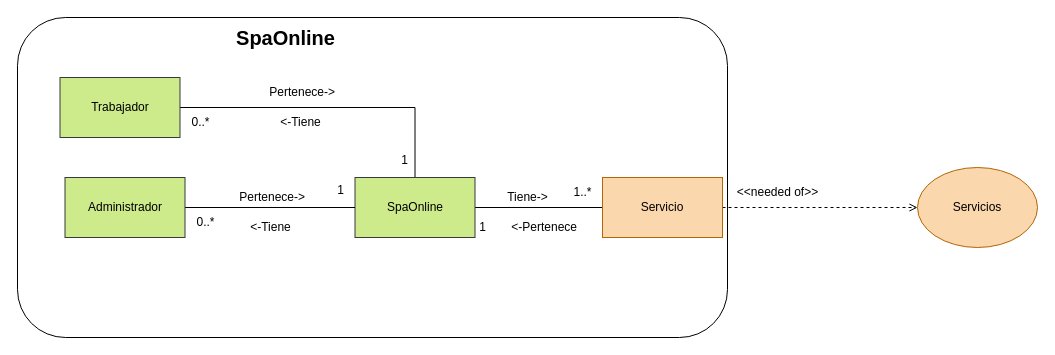
Earlier version of the draw.io diagram page "4.6 SpaOnline-ModeloDominioAcotado" (9 of 12) of SpaOnline/ModeloDominioSpa.drawio (cristianospina/DOO). Source tidied: cells renumbered, new cells numbered last; positions are measured from the earlier drawing's top-left corner, leaving out a move shared by most shapes. Both pictures are drawn from the tidied source at 100%, with x=0, y=0 at pixel (17, 17).
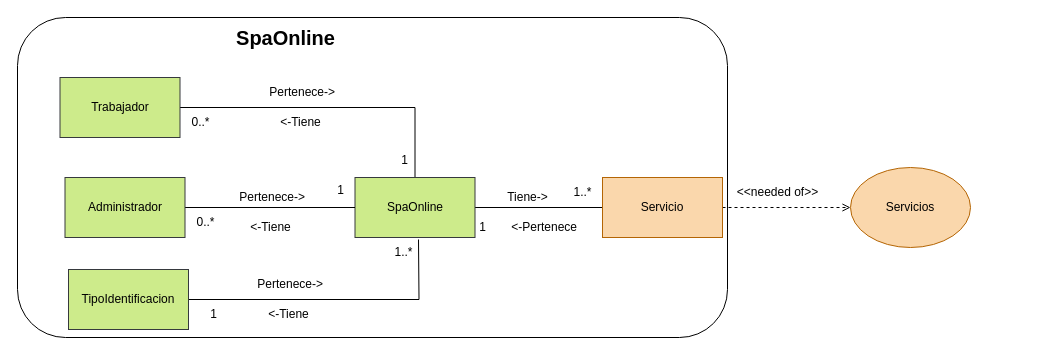
After the change.

The edit, as a diff of the source:
```diff
@@
     <mxCell id="19" value="Servicios" style="ellipse;whiteSpace=wrap;html=1;fillColor=#fad7ac;strokeColor=#b46504;" parent="1" vertex="1">
-      <mxGeometry x="900" y="150" width="120" height="80" as="geometry" />
+      <mxGeometry x="833" y="150" width="120" height="80" as="geometry" />
     </mxCell>
@@
+    <mxCell id="26" style="edgeStyle=orthogonalEdgeStyle;rounded=0;jettySize=auto;html=1;entryX=0.5;entryY=1;entryDx=0;entryDy=0;endArrow=none;endFill=0;" parent="1" edge="1" source="27">
+      <mxGeometry relative="1" as="geometry">
+        <mxPoint x="401" y="222" as="targetPoint" />
+      </mxGeometry>
+    </mxCell>
+    <mxCell id="27" value="TipoIdentificacion" style="rounded=0;whiteSpace=wrap;html=1;fillColor=#cdeb8b;strokeColor=#36393d;" parent="1" vertex="1">
+      <mxGeometry x="51" y="252" width="120" height="60" as="geometry" />
+    </mxCell>
+    <mxCell id="28" value="&amp;nbsp;Pertenece-&amp;gt;" style="text;html=1;align=center;verticalAlign=middle;fillColor=none;" parent="1" vertex="1">
+      <mxGeometry x="226" y="252" width="90" height="30" as="geometry" />
+    </mxCell>
+    <mxCell id="29" value="&amp;lt;-Tiene" style="text;html=1;align=center;verticalAlign=middle;fillColor=none;" parent="1" vertex="1">
+      <mxGeometry x="241" y="282" width="60" height="30" as="geometry" />
+    </mxCell>
+    <mxCell id="30" value="1" style="text;html=1;align=center;verticalAlign=middle;strokeColor=none;fillColor=none;" parent="1" vertex="1">
+      <mxGeometry x="181" y="282" width="30" height="30" as="geometry" />
+    </mxCell>
+    <mxCell id="31" value="1..*" style="text;html=1;align=center;verticalAlign=middle;strokeColor=none;fillColor=none;" parent="1" vertex="1">
+      <mxGeometry x="366" y="220" width="40" height="30" as="geometry" />
+    </mxCell>
```
